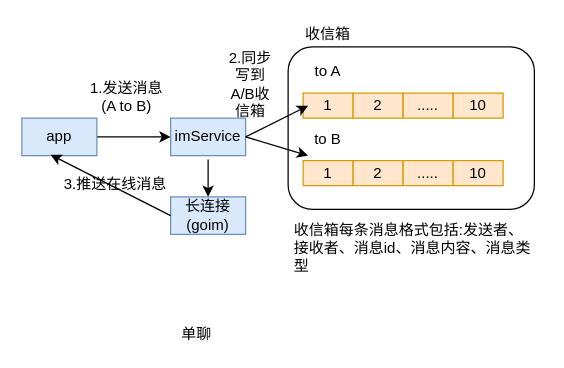
zhangchuhu/drawio keeps this draw.io diagram as arch/im/singleChatOnline.drawio. Above is the earlier version. Source tidied: cells renumbered, new cells numbered last; positions are measured from the earlier drawing's top-left corner, leaving out a move shared by most shapes. Both pictures are drawn from the tidied source at 125%, with x=0, y=0 at pixel (21, 21).
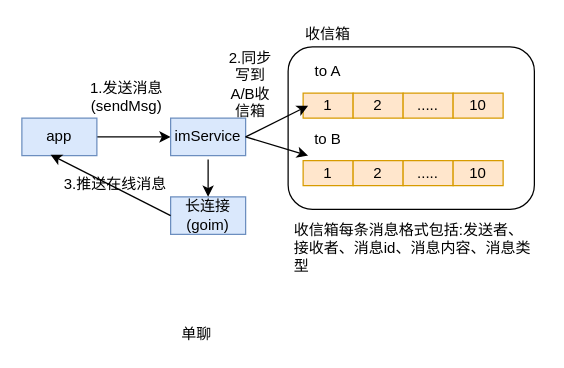
The same diagram, later.

Change to the diagram source:
```diff
@@
-    <mxCell id="22" value="1.发送消息(A to B)" style="text;html=1;strokeColor=none;fillColor=none;align=center;verticalAlign=middle;whiteSpace=wrap;rounded=0;" parent="1" vertex="1">
+    <mxCell id="22" value="1.发送消息(sendMsg)" style="text;html=1;strokeColor=none;fillColor=none;align=center;verticalAlign=middle;whiteSpace=wrap;rounded=0;" parent="1" vertex="1">
       <mxGeometry x="49" y="50" width="70" height="20" as="geometry" />
     </mxCell>
```
